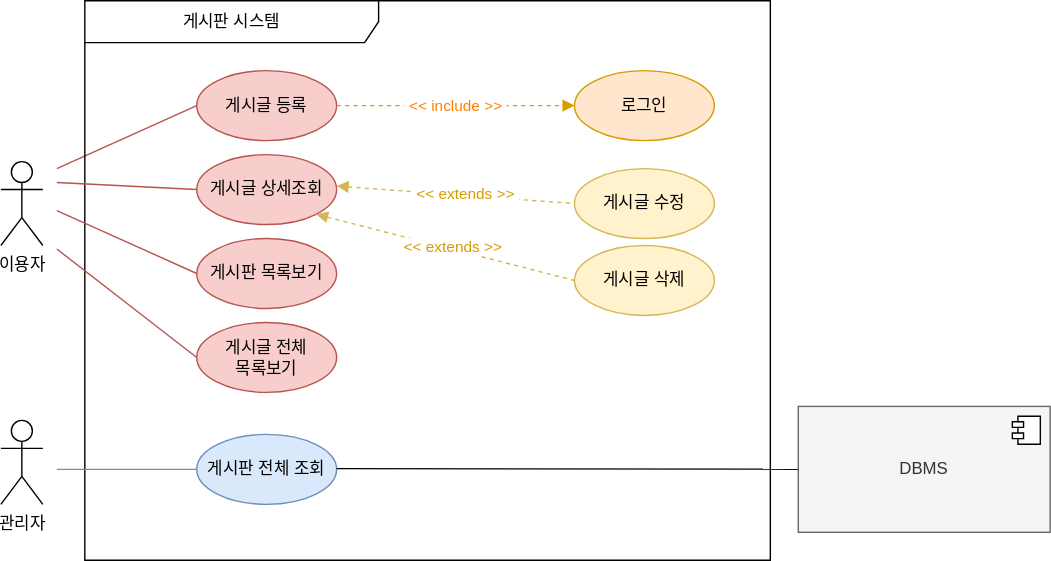
Earlier version of the draw.io export 게시판시스템.drawio.svg (sminxxi/multi_it_test). Source tidied: cells renumbered, new cells last; positions are measured from the earlier drawing's top-left corner, leaving out a move shared by most shapes.
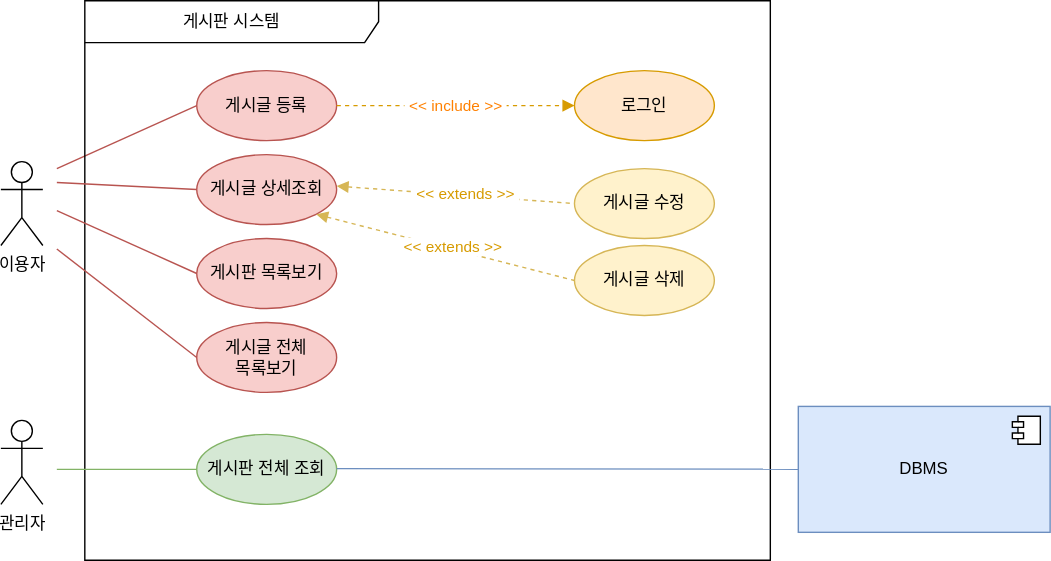
Later version of the same file.

Commit message:
게시판시스템.drawio.svg 수정

The edit, as a diff of the source:
```diff
@@ -28,7 +28,7 @@
     <mxCell id="9" value="게시글 상세조회" style="ellipse;whiteSpace=wrap;html=1;fillColor=#f8cecc;strokeColor=#b85450;" parent="1" vertex="1">
       <mxGeometry x="140" y="110" width="100" height="50" as="geometry" />
     </mxCell>
-    <mxCell id="10" value="게시판 전체 조회" style="ellipse;whiteSpace=wrap;html=1;fillColor=#dae8fc;strokeColor=#6c8ebf;" parent="1" vertex="1">
+    <mxCell id="10" value="게시판 전체 조회" style="ellipse;whiteSpace=wrap;html=1;fillColor=#d5e8d4;strokeColor=#82b366;" parent="1" vertex="1">
       <mxGeometry x="140" y="310" width="100" height="50" as="geometry" />
     </mxCell>
     <mxCell id="11" value="로그인" style="ellipse;whiteSpace=wrap;html=1;fillColor=#ffe6cc;strokeColor=#d79b00;" parent="1" vertex="1">
@@ -74,17 +74,17 @@
     <mxCell id="21" value="&amp;nbsp;&amp;lt;&amp;lt; extends &amp;gt;&amp;gt;&amp;nbsp;" style="edgeLabel;html=1;align=center;verticalAlign=middle;fontColor=#D79B00;" parent="20" vertex="1">
       <mxGeometry x="0.05" y="2" relative="1" as="geometry" />
     </mxCell>
-    <mxCell id="22" style="rounded=0;jettySize=auto;html=1;entryX=0;entryY=0.5;entryDx=0;entryDy=0;endArrow=none;endFill=0;fillColor=#dae8fc;strokeColor=#6c8ebf;" parent="1" edge="1" target="10">
+    <mxCell id="22" style="rounded=0;jettySize=auto;html=1;entryX=0;entryY=0.5;entryDx=0;entryDy=0;endArrow=none;endFill=0;fillColor=#d5e8d4;strokeColor=#82b366;" parent="1" edge="1" target="10">
       <mxGeometry relative="1" as="geometry">
         <mxPoint x="40" y="335" as="sourcePoint" />
       </mxGeometry>
     </mxCell>
-    <mxCell id="23" style="rounded=0;jettySize=auto;html=1;endArrow=none;endFill=0;fillColor=#dae8fc;strokeColor=#000000;" parent="1" edge="1" target="24">
+    <mxCell id="23" style="rounded=0;jettySize=auto;html=1;endArrow=none;endFill=0;fillColor=#dae8fc;strokeColor=#6c8ebf;" parent="1" edge="1" target="24">
       <mxGeometry relative="1" as="geometry">
         <mxPoint x="240" y="334.5" as="sourcePoint" />
       </mxGeometry>
     </mxCell>
-    <mxCell id="24" value="DBMS" style="html=1;whiteSpace=wrap;fillColor=#f5f5f5;fontColor=#333333;strokeColor=#666666;" parent="1" vertex="1">
+    <mxCell id="24" value="DBMS" style="html=1;whiteSpace=wrap;fillColor=#dae8fc;strokeColor=#6c8ebf;" parent="1" vertex="1">
       <mxGeometry x="570" y="290" width="180" height="90" as="geometry" />
     </mxCell>
     <mxCell id="25" style="shape=module;jettyWidth=8;jettyHeight=4;" parent="24" vertex="1">
```
